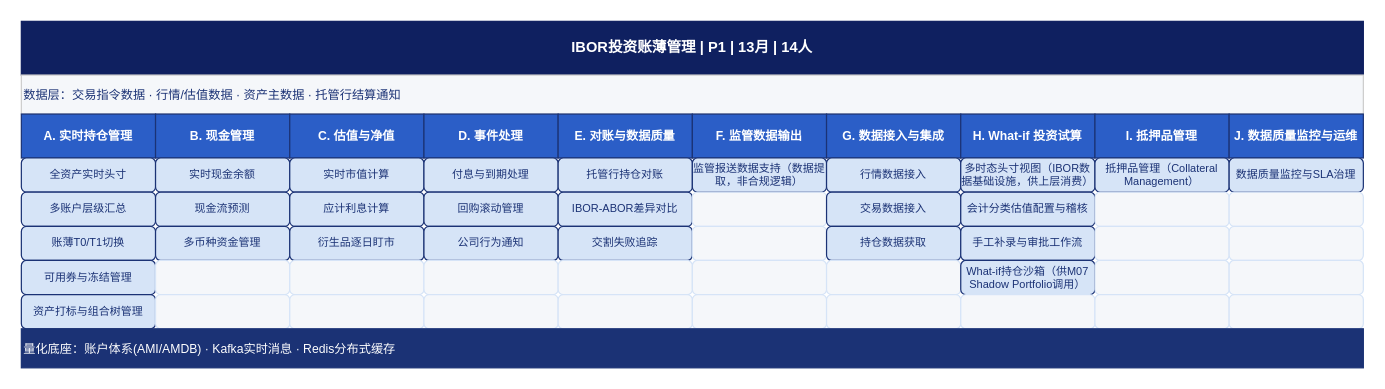
BellyFish99/ficc-projDocs keeps this draw.io diagram as Feasibility_analysis/drawio/detail_01_IBOR投资账薄管理.drawio. Above is the earlier version. Source tidied: cells renumbered, new cells numbered last; positions are measured from the earlier drawing's top-left corner, leaving out a move shared by most shapes. Both pictures are drawn from the tidied source at 122%, with x=0, y=0 at pixel (21, 21).
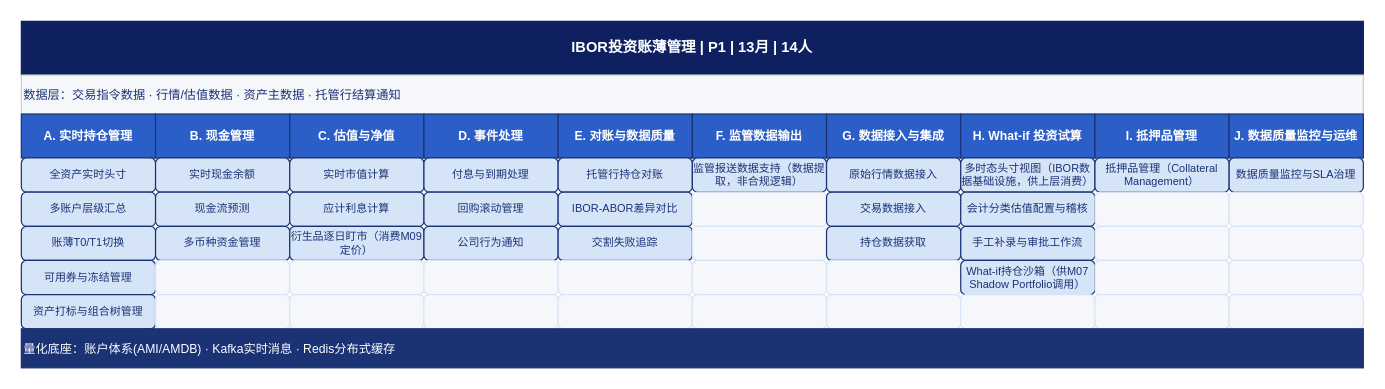
The same diagram, later.

Change to the diagram source:
```diff
@@
-    <mxCell id="20" value="行情数据接入" style="rounded=1;whiteSpace=wrap;html=1;fillColor=#D6E4F7;fontColor=#1B3275;strokeColor=#1B3275;fontSize=9;align=center;verticalAlign=middle;" parent="1" vertex="1">
+    <mxCell id="20" value="原始行情数据接入" style="rounded=1;whiteSpace=wrap;html=1;fillColor=#D6E4F7;fontColor=#1B3275;strokeColor=#1B3275;fontSize=9;align=center;verticalAlign=middle;" parent="1" vertex="1">
       <mxGeometry x="660" y="112" width="110" height="28" as="geometry" />
     </mxCell>
@@
-    <mxCell id="36" value="衍生品逐日盯市" style="rounded=1;whiteSpace=wrap;html=1;fillColor=#D6E4F7;fontColor=#1B3275;strokeColor=#1B3275;fontSize=9;align=center;verticalAlign=middle;" parent="1" vertex="1">
+    <mxCell id="36" value="衍生品逐日盯市（消费M09定价）" style="rounded=1;whiteSpace=wrap;html=1;fillColor=#D6E4F7;fontColor=#1B3275;strokeColor=#1B3275;fontSize=9;align=center;verticalAlign=middle;" parent="1" vertex="1">
       <mxGeometry x="220" y="168" width="110" height="28" as="geometry" />
     </mxCell>
```
